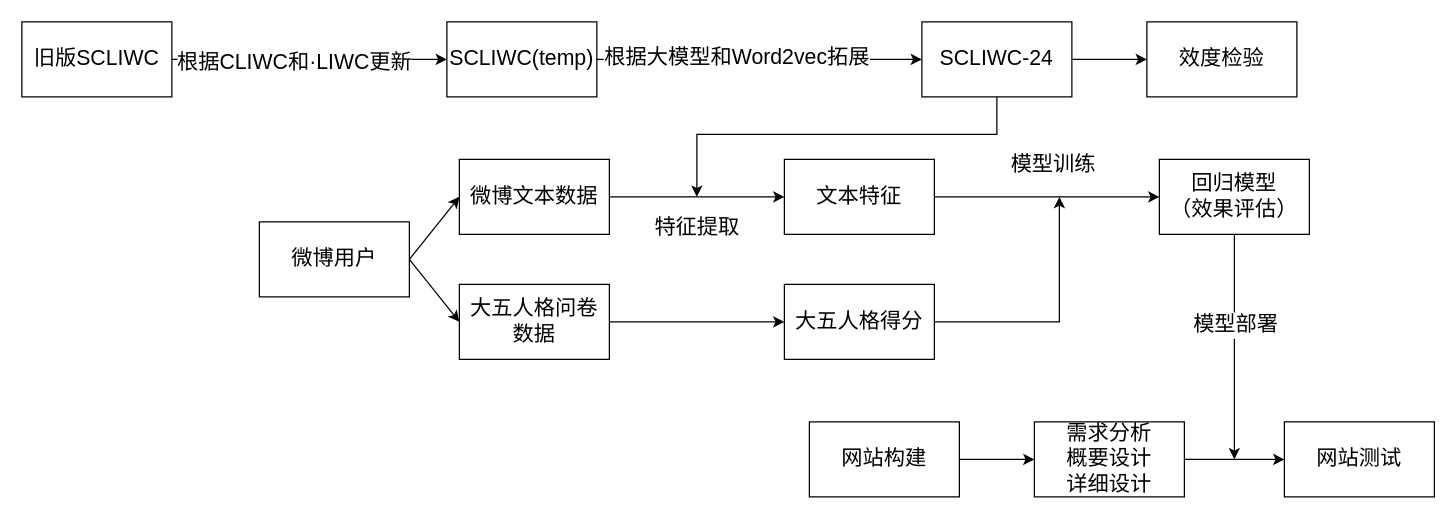
chensiyi0904/draw.io keeps this draw.io diagram as page "第 2 页" (2 of 5) of bishe.drawio. Above is the earlier version. Source tidied: cells renumbered, new cells numbered last; positions are measured from the earlier drawing's top-left corner, leaving out a move shared by most shapes. Both pictures are drawn from the tidied source at 125%, with x=0, y=0 at pixel (21, 21).
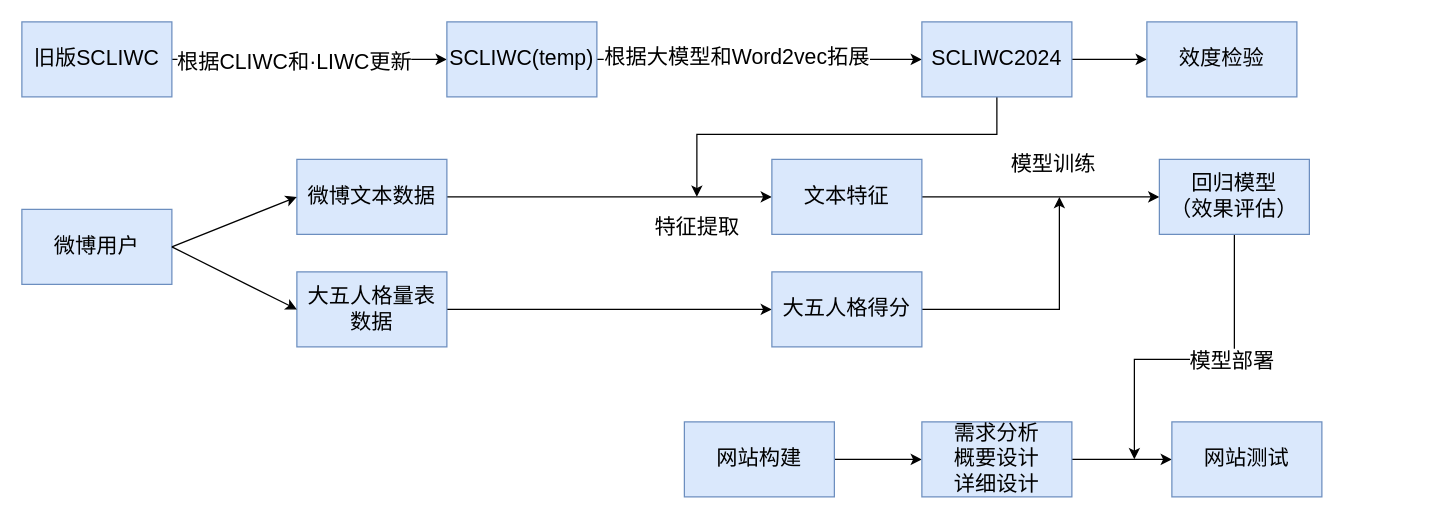
After the change.

The edit, as a diff of the source:
```diff
@@
-    <mxCell id="4" value="旧版SCLIWC" style="rounded=0;whiteSpace=wrap;html=1;fontSize=17;" parent="1" vertex="1">
+    <mxCell id="4" value="旧版SCLIWC" style="rounded=0;whiteSpace=wrap;html=1;fontSize=17;fillColor=#dae8fc;strokeColor=#6c8ebf;" parent="1" vertex="1">
       <mxGeometry width="120" height="60" as="geometry" />
     </mxCell>
@@
-    <mxCell id="7" value="SCLIWC(temp)" style="rounded=0;whiteSpace=wrap;html=1;fontSize=17;" parent="1" vertex="1">
+    <mxCell id="7" value="SCLIWC(temp)" style="rounded=0;whiteSpace=wrap;html=1;fontSize=17;fillColor=#dae8fc;strokeColor=#6c8ebf;" parent="1" vertex="1">
       <mxGeometry x="340" width="120" height="60" as="geometry" />
     </mxCell>
@@
-    <mxCell id="10" value="SCLIWC-24" style="rounded=0;whiteSpace=wrap;html=1;fontSize=17;" parent="1" vertex="1">
+    <mxCell id="10" value="SCLIWC2024" style="rounded=0;whiteSpace=wrap;html=1;fontSize=17;fillColor=#dae8fc;strokeColor=#6c8ebf;" parent="1" vertex="1">
       <mxGeometry x="720" width="120" height="60" as="geometry" />
     </mxCell>
@@
-    <mxCell id="12" value="微博文本数据" style="rounded=0;whiteSpace=wrap;html=1;fontSize=17;" parent="1" vertex="1">
-      <mxGeometry x="350" y="110" width="120" height="60" as="geometry" />
+    <mxCell id="12" value="微博文本数据" style="rounded=0;whiteSpace=wrap;html=1;fontSize=17;fillColor=#dae8fc;strokeColor=#6c8ebf;" parent="1" vertex="1">
+      <mxGeometry x="220" y="110" width="120" height="60" as="geometry" />
     </mxCell>
@@
-    <mxCell id="14" value="文本特征" style="rounded=0;whiteSpace=wrap;html=1;fontSize=17;" parent="1" vertex="1">
-      <mxGeometry x="610" y="110" width="120" height="60" as="geometry" />
+    <mxCell id="14" value="文本特征" style="rounded=0;whiteSpace=wrap;html=1;fontSize=17;fillColor=#dae8fc;strokeColor=#6c8ebf;" parent="1" vertex="1">
+      <mxGeometry x="600" y="110" width="120" height="60" as="geometry" />
     </mxCell>
@@
     <mxCell id="16" style="edgeStyle=orthogonalEdgeStyle;rounded=0;jettySize=auto;html=1;exitX=0.5;exitY=1;exitDx=0;exitDy=0;fontSize=17;" parent="1" edge="1" source="18">
       <mxGeometry relative="1" as="geometry">
-        <mxPoint x="970" y="350" as="targetPoint" />
+        <mxPoint x="890" y="350" as="targetPoint" />
+        <Array as="points">
+          <mxPoint x="970" y="270" />
+          <mxPoint x="890" y="270" />
+        </Array>
       </mxGeometry>
     </mxCell>
@@
-    <mxCell id="18" value="回归模型&lt;br style=&quot;font-size: 17px;&quot;&gt;（效果评估）" style="rounded=0;whiteSpace=wrap;html=1;fontSize=17;" parent="1" vertex="1">
+    <mxCell id="18" value="回归模型&lt;br style=&quot;font-size: 17px;&quot;&gt;（效果评估）" style="rounded=0;whiteSpace=wrap;html=1;fontSize=17;fillColor=#dae8fc;strokeColor=#6c8ebf;" parent="1" vertex="1">
       <mxGeometry x="910" y="110" width="120" height="60" as="geometry" />
     </mxCell>
@@
-    <mxCell id="20" value="微博用户" style="rounded=0;whiteSpace=wrap;html=1;fontSize=17;" parent="1" vertex="1">
-      <mxGeometry x="190" y="160" width="120" height="60" as="geometry" />
+    <mxCell id="20" value="微博用户" style="rounded=0;whiteSpace=wrap;html=1;fontSize=17;fillColor=#dae8fc;strokeColor=#6c8ebf;" parent="1" vertex="1">
+      <mxGeometry y="150" width="120" height="60" as="geometry" />
     </mxCell>
@@
-    <mxCell id="22" value="大五人格问卷数据" style="rounded=0;whiteSpace=wrap;html=1;fontSize=17;" parent="1" vertex="1">
-      <mxGeometry x="350" y="210" width="120" height="60" as="geometry" />
+    <mxCell id="22" value="大五人格量表数据" style="rounded=0;whiteSpace=wrap;html=1;fontSize=17;fillColor=#dae8fc;strokeColor=#6c8ebf;" parent="1" vertex="1">
+      <mxGeometry x="220" y="200" width="120" height="60" as="geometry" />
     </mxCell>
@@
     <mxCell id="25" style="edgeStyle=orthogonalEdgeStyle;rounded=0;jettySize=auto;html=1;exitX=1;exitY=0.5;exitDx=0;exitDy=0;fontSize=17;" parent="1" edge="1" source="26">
       <mxGeometry relative="1" as="geometry">
         <mxPoint x="830" y="140" as="targetPoint" />
         <Array as="points">
-          <mxPoint x="830" y="240" />
-          <mxPoint x="830" y="140" />
+          <mxPoint x="830" y="230" />
         </Array>
       </mxGeometry>
     </mxCell>
-    <mxCell id="26" value="大五人格得分" style="rounded=0;whiteSpace=wrap;html=1;fontSize=17;" parent="1" vertex="1">
-      <mxGeometry x="610" y="210" width="120" height="60" as="geometry" />
+    <mxCell id="26" value="大五人格得分" style="rounded=0;whiteSpace=wrap;html=1;fontSize=17;fillColor=#dae8fc;strokeColor=#6c8ebf;" parent="1" vertex="1">
+      <mxGeometry x="600" y="200" width="120" height="60" as="geometry" />
     </mxCell>
-    <mxCell id="27" value="效度检验" style="rounded=0;whiteSpace=wrap;html=1;fontSize=17;" parent="1" vertex="1">
+    <mxCell id="27" value="效度检验" style="rounded=0;whiteSpace=wrap;html=1;fontSize=17;fillColor=#dae8fc;strokeColor=#6c8ebf;" parent="1" vertex="1">
       <mxGeometry x="900" width="120" height="60" as="geometry" />
     </mxCell>
@@
-    <mxCell id="29" value="网站构建" style="rounded=0;whiteSpace=wrap;html=1;fontSize=17;" parent="1" vertex="1">
-      <mxGeometry x="630" y="320" width="120" height="60" as="geometry" />
+    <mxCell id="29" value="网站构建" style="rounded=0;whiteSpace=wrap;html=1;fontSize=17;fillColor=#dae8fc;strokeColor=#6c8ebf;" parent="1" vertex="1">
+      <mxGeometry x="530" y="320" width="120" height="60" as="geometry" />
     </mxCell>
@@
-    <mxCell id="31" value="需求分析&lt;br style=&quot;font-size: 17px;&quot;&gt;概要设计&lt;br style=&quot;font-size: 17px;&quot;&gt;详细设计" style="rounded=0;whiteSpace=wrap;html=1;fontSize=17;" parent="1" vertex="1">
-      <mxGeometry x="810" y="320" width="120" height="60" as="geometry" />
+    <mxCell id="31" value="需求分析&lt;br style=&quot;font-size: 17px;&quot;&gt;概要设计&lt;br style=&quot;font-size: 17px;&quot;&gt;详细设计" style="rounded=0;whiteSpace=wrap;html=1;fontSize=17;fillColor=#dae8fc;strokeColor=#6c8ebf;" parent="1" vertex="1">
+      <mxGeometry x="720" y="320" width="120" height="60" as="geometry" />
     </mxCell>
-    <mxCell id="32" value="网站测试" style="rounded=0;whiteSpace=wrap;html=1;fontSize=17;" parent="1" vertex="1">
-      <mxGeometry x="1010" y="320" width="120" height="60" as="geometry" />
+    <mxCell id="32" value="网站测试" style="rounded=0;whiteSpace=wrap;html=1;fontSize=17;fillColor=#dae8fc;strokeColor=#6c8ebf;" parent="1" vertex="1">
+      <mxGeometry x="920" y="320" width="120" height="60" as="geometry" />
     </mxCell>
```
